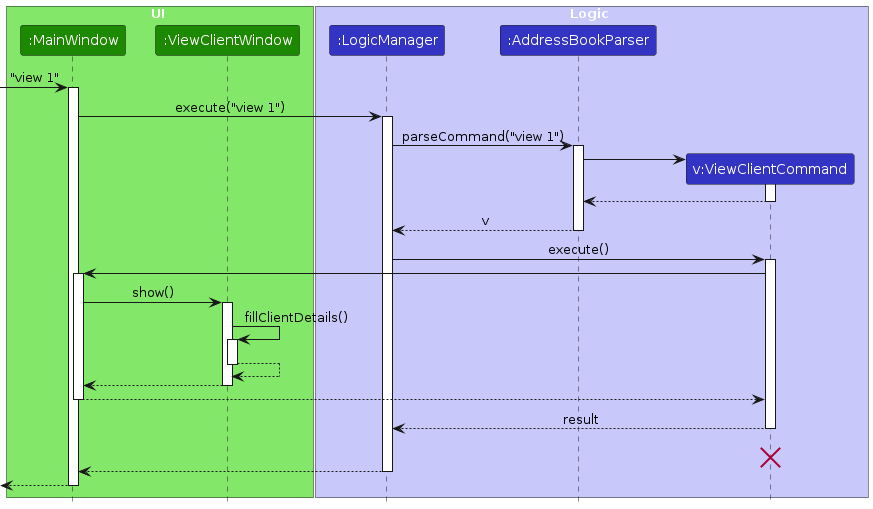
Earlier version of the PlantUML export diagrams/ViewClientSequenceDiagram.png (AY2425S1-CS2103T-T14-3/tp). Its source is kept beside it as diagrams/ViewClientSequenceDiagram.puml. Its diagram source:
```plantuml
@startuml
!include style.puml
skinparam ArrowFontStyle plain

box UI UI_COLOR_T1
participant ":MainWindow" as MainWindow UI_COLOR
participant ":ViewClientWindow" as ViewClientWindow UI_COLOR
end box

box Logic LOGIC_COLOR_T1
participant ":LogicManager" as LogicManager LOGIC_COLOR
participant ":AddressBookParser" as AddressBookParser LOGIC_COLOR
participant "v:ViewClientCommand" as ViewClientCommand LOGIC_COLOR
end box

[-> MainWindow : "view 1"
activate MainWindow

MainWindow-> LogicManager : execute("view 1")
activate LogicManager

LogicManager -> AddressBookParser : parseCommand("view 1")
activate AddressBookParser

create ViewClientCommand
AddressBookParser -> ViewClientCommand
activate ViewClientCommand

ViewClientCommand --> AddressBookParser
deactivate ViewClientCommand

AddressBookParser --> LogicManager : v
deactivate AddressBookParser

LogicManager -> ViewClientCommand : execute()
activate ViewClientCommand

ViewClientCommand -> MainWindow
activate MainWindow

MainWindow -> ViewClientWindow : show()
activate ViewClientWindow

ViewClientWindow -> ViewClientWindow : fillClientDetails()
activate ViewClientWindow

ViewClientWindow --> ViewClientWindow
deactivate ViewClientWindow

ViewClientWindow --> MainWindow
deactivate ViewClientWindow

MainWindow --> ViewClientCommand
deactivate MainWindow

ViewClientCommand --> LogicManager : result
deactivate ViewClientCommand
ViewClientCommand -[hidden]-> LogicManager : result
destroy ViewClientCommand

LogicManager --> MainWindow
deactivate LogicManager

[<--MainWindow
deactivate MainWindow
@enduml
```
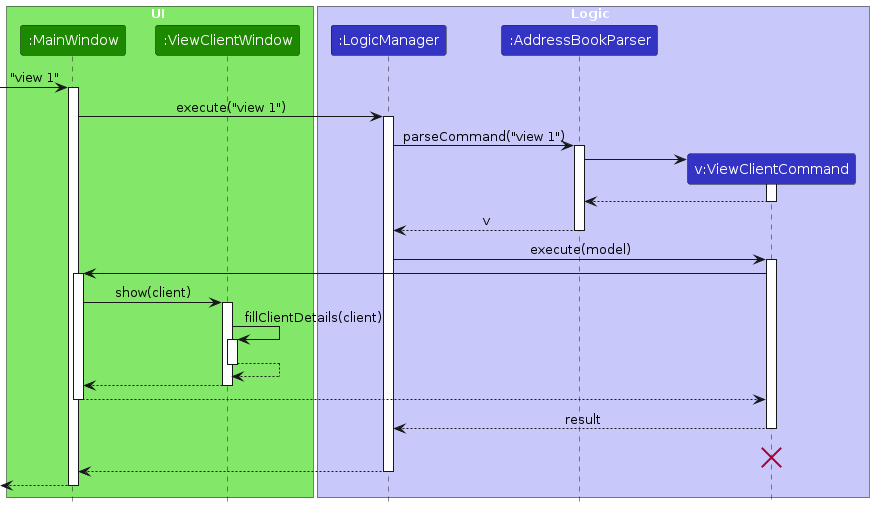
Later version of the same file.

Change to the diagram source:
```diff
@@ -32,16 +32,16 @@
 AddressBookParser --> LogicManager : v
 deactivate AddressBookParser
 
-LogicManager -> ViewClientCommand : execute()
+LogicManager -> ViewClientCommand : execute(model)
 activate ViewClientCommand
 
 ViewClientCommand -> MainWindow
 activate MainWindow
 
-MainWindow -> ViewClientWindow : show()
+MainWindow -> ViewClientWindow : show(client)
 activate ViewClientWindow
 
-ViewClientWindow -> ViewClientWindow : fillClientDetails()
+ViewClientWindow -> ViewClientWindow : fillClientDetails(client)
 activate ViewClientWindow
 
 ViewClientWindow --> ViewClientWindow
```
